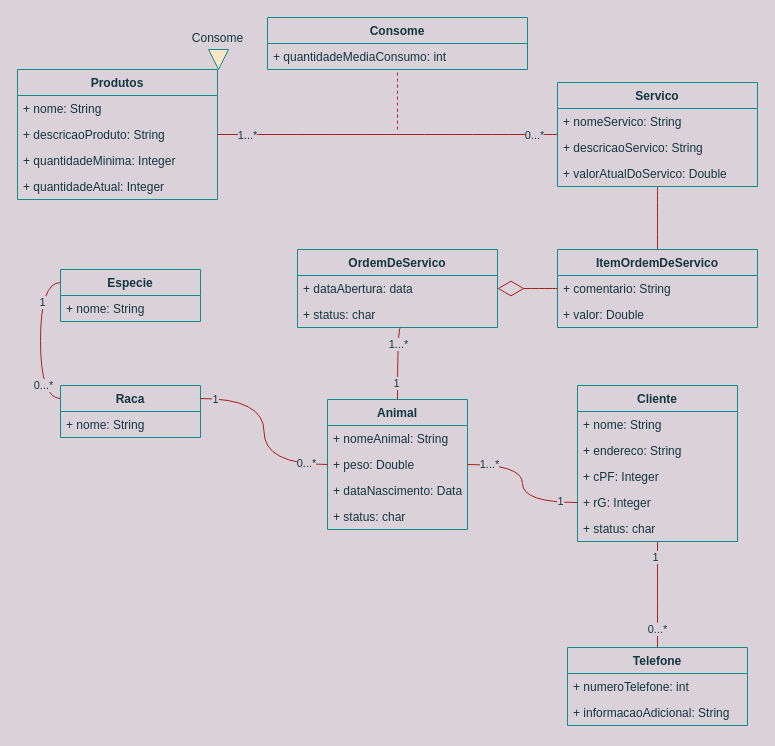
henrique-souza/uml_exercises keeps this draw.io diagram as Diagrama de Classes PET.drawio. Above is the earlier version. Source tidied: cells renumbered, new cells numbered last; positions are measured from the earlier drawing's top-left corner, leaving out a move shared by most shapes. Both pictures are drawn from the tidied source at 100%, with x=0, y=0 at pixel (17, 17).
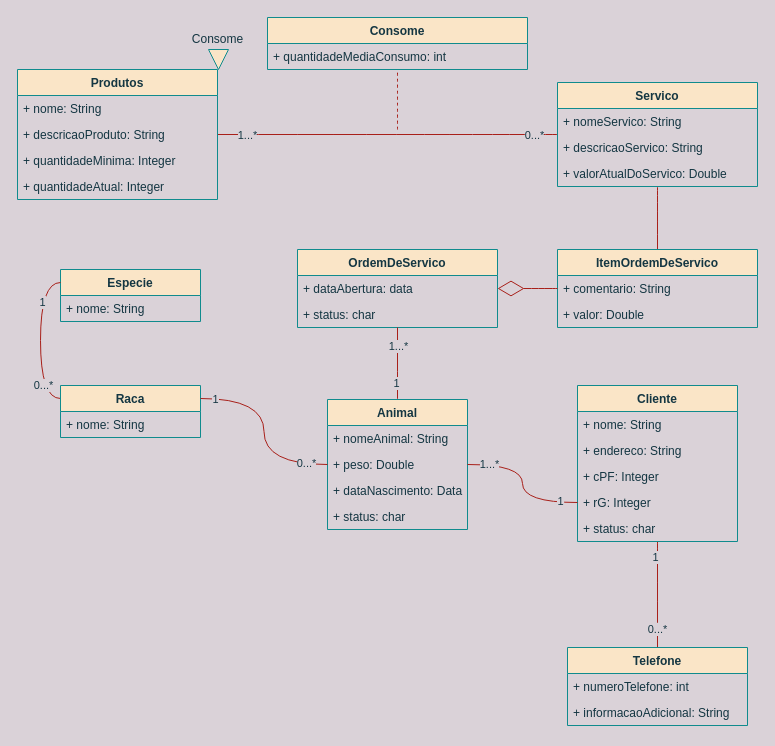
The same page after the edit.

Unchanged cells that the change refers to:
```xml
<mxCell id="13" value="+ status: char" style="text;strokeColor=none;fillColor=none;align=left;verticalAlign=top;spacingLeft=4;spacingRight=4;overflow=hidden;points=[[0,0.5],[1,0.5]];portConstraint=eastwest;fontColor=#143642;" parent="11" vertex="1">
  <mxGeometry y="52" width="200" height="26" as="geometry" />
</mxCell>
```

Change to the diagram source:
```diff
@@
-    <mxCell id="5" value="Cliente" style="swimlane;fontStyle=1;horizontal=1;startSize=26;fillColor=none;rounded=0;strokeColor=#0F8B8D;fontColor=#143642;" parent="1" vertex="1">
+    <mxCell id="5" value="Cliente" style="swimlane;fontStyle=1;horizontal=1;startSize=26;fillColor=#FAE5C7;rounded=0;strokeColor=#0F8B8D;fontColor=#143642;" parent="1" vertex="1">
       <mxGeometry x="560" y="368" width="160" height="156" as="geometry" />
     </mxCell>
@@
-    <mxCell id="11" value="OrdemDeServico" style="swimlane;fontStyle=1;horizontal=1;startSize=26;fillColor=none;rounded=0;strokeColor=#0F8B8D;fontColor=#143642;" parent="1" vertex="1">
+    <mxCell id="11" value="OrdemDeServico" style="swimlane;fontStyle=1;horizontal=1;startSize=26;fillColor=#FAE5C7;rounded=0;strokeColor=#0F8B8D;fontColor=#143642;" parent="1" vertex="1">
       <mxGeometry x="280" y="232" width="200" height="78" as="geometry" />
     </mxCell>
@@
-    <mxCell id="18" value="Servico" style="swimlane;fontStyle=1;horizontal=1;startSize=26;fillColor=none;rounded=0;strokeColor=#0F8B8D;fontColor=#143642;" parent="1" vertex="1">
+    <mxCell id="18" value="Servico" style="swimlane;fontStyle=1;horizontal=1;startSize=26;fillColor=#FAE5C7;rounded=0;strokeColor=#0F8B8D;fontColor=#143642;" parent="1" vertex="1">
       <mxGeometry x="540" y="65" width="200" height="104" as="geometry" />
     </mxCell>
@@
-    <mxCell id="22" style="edgeStyle=orthogonalEdgeStyle;rounded=0;jettySize=auto;html=1;endArrow=none;endFill=0;entryX=0.515;entryY=1;entryDx=0;entryDy=0;entryPerimeter=0;curved=1;labelBackgroundColor=#DAD2D8;strokeColor=#A8201A;fontColor=#143642;" parent="1" edge="1" source="25" target="13">
-      <mxGeometry relative="1" as="geometry">
-        <Array as="points">
-          <mxPoint x="380" y="310" />
-        </Array>
-      </mxGeometry>
+    <mxCell id="22" style="edgeStyle=orthogonalEdgeStyle;rounded=0;jettySize=auto;html=1;endArrow=none;endFill=0;curved=1;labelBackgroundColor=#DAD2D8;strokeColor=#A8201A;fontColor=#143642;entryX=0.5;entryY=1;entryDx=0;entryDy=0;entryPerimeter=0;" parent="1" edge="1" source="25" target="13">
+      <mxGeometry relative="1" as="geometry" />
     </mxCell>
@@
-    <mxCell id="25" value="Animal" style="swimlane;fontStyle=1;horizontal=1;startSize=26;fillColor=none;rounded=0;strokeColor=#0F8B8D;fontColor=#143642;" parent="1" vertex="1">
+    <mxCell id="25" value="Animal" style="swimlane;fontStyle=1;horizontal=1;startSize=26;fillColor=#FAE5C7;rounded=0;strokeColor=#0F8B8D;fontColor=#143642;" parent="1" vertex="1">
       <mxGeometry x="310" y="382" width="140" height="130" as="geometry" />
     </mxCell>
@@
-    <mxCell id="30" value="Produtos" style="swimlane;fontStyle=1;horizontal=1;startSize=26;fillColor=none;rounded=0;strokeColor=#0F8B8D;fontColor=#143642;" parent="1" vertex="1">
+    <mxCell id="30" value="Produtos" style="swimlane;fontStyle=1;horizontal=1;startSize=26;fillColor=#FAE5C7;rounded=0;strokeColor=#0F8B8D;fontColor=#143642;" parent="1" vertex="1">
       <mxGeometry y="52" width="200" height="130" as="geometry" />
     </mxCell>
@@
-    <mxCell id="35" value="Especie" style="swimlane;fontStyle=1;horizontal=1;startSize=26;fillColor=none;rounded=0;strokeColor=#0F8B8D;fontColor=#143642;" parent="1" vertex="1">
+    <mxCell id="35" value="Especie" style="swimlane;fontStyle=1;horizontal=1;startSize=26;fillColor=#FAE5C7;rounded=0;strokeColor=#0F8B8D;fontColor=#143642;" parent="1" vertex="1">
       <mxGeometry x="43" y="252" width="140" height="52" as="geometry" />
     </mxCell>
@@
-    <mxCell id="40" value="Raca" style="swimlane;fontStyle=1;horizontal=1;startSize=26;fillColor=none;rounded=0;strokeColor=#0F8B8D;fontColor=#143642;" parent="1" vertex="1">
+    <mxCell id="40" value="Raca" style="swimlane;fontStyle=1;horizontal=1;startSize=26;fillColor=#FAE5C7;rounded=0;strokeColor=#0F8B8D;fontColor=#143642;" parent="1" vertex="1">
       <mxGeometry x="43" y="368" width="140" height="52" as="geometry" />
     </mxCell>
@@
-    <mxCell id="43" value="Consome" style="swimlane;fontStyle=1;horizontal=1;startSize=26;fillColor=none;rounded=0;strokeColor=#0F8B8D;fontColor=#143642;" parent="1" vertex="1">
+    <mxCell id="43" value="Consome" style="swimlane;fontStyle=1;horizontal=1;startSize=26;fillColor=#FAE5C7;rounded=0;strokeColor=#0F8B8D;fontColor=#143642;" parent="1" vertex="1">
       <mxGeometry x="250" width="260" height="52" as="geometry" />
     </mxCell>
@@
     <mxCell id="46" value="Consome" style="text;html=1;align=center;verticalAlign=middle;strokeColor=none;fillColor=none;rounded=0;fontColor=#143642;" parent="1" vertex="1">
-      <mxGeometry x="165" y="11" width="70" height="20" as="geometry" />
+      <mxGeometry x="165" y="12" width="70" height="20" as="geometry" />
     </mxCell>
-    <mxCell id="47" value="ItemOrdemDeServico" style="swimlane;fontStyle=1;horizontal=1;startSize=26;fillColor=none;rounded=0;strokeColor=#0F8B8D;fontColor=#143642;" parent="1" vertex="1">
+    <mxCell id="47" value="ItemOrdemDeServico" style="swimlane;fontStyle=1;horizontal=1;startSize=26;fillColor=#FAE5C7;rounded=0;strokeColor=#0F8B8D;fontColor=#143642;" parent="1" vertex="1">
       <mxGeometry x="540" y="232" width="200" height="78" as="geometry" />
     </mxCell>
@@
-    <mxCell id="57" value="Telefone" style="swimlane;fontStyle=1;horizontal=1;startSize=26;fillColor=none;rounded=0;strokeColor=#0F8B8D;fontColor=#143642;" parent="1" vertex="1">
+    <mxCell id="57" value="Telefone" style="swimlane;fontStyle=1;horizontal=1;startSize=26;fillColor=#FAE5C7;rounded=0;strokeColor=#0F8B8D;fontColor=#143642;" parent="1" vertex="1">
       <mxGeometry x="550" y="630" width="180" height="78" as="geometry" />
     </mxCell>
```
